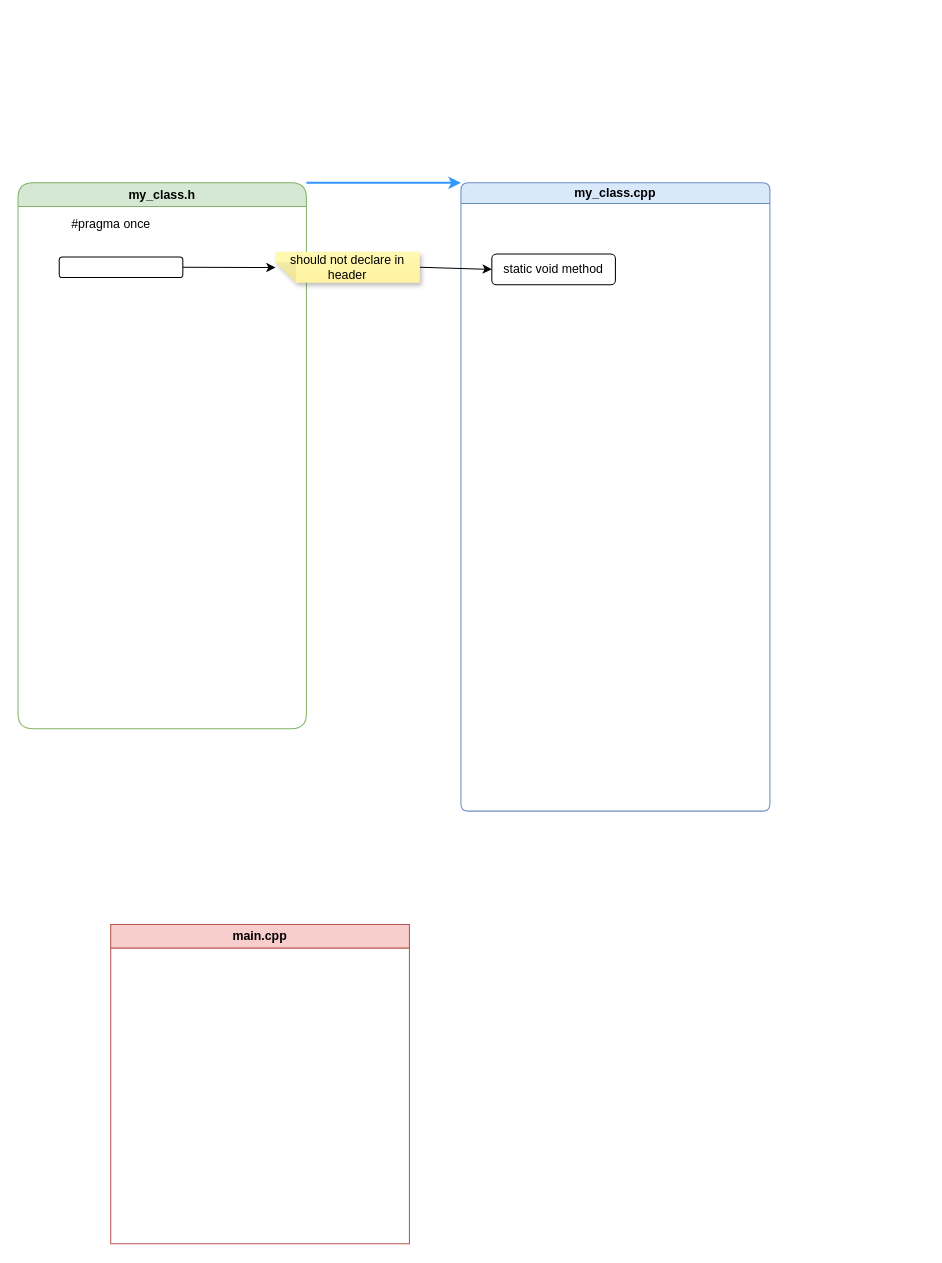
The draw.io diagram cplus.drawio in tiyun2012/Cplusplus, before the edit. Source tidied: cells renumbered, new cells numbered last; positions are measured from the earlier drawing's top-left corner, leaving out a move shared by most shapes. Both pictures are drawn from the tidied source at 103%, with x=0, y=0 at pixel (18, 182).
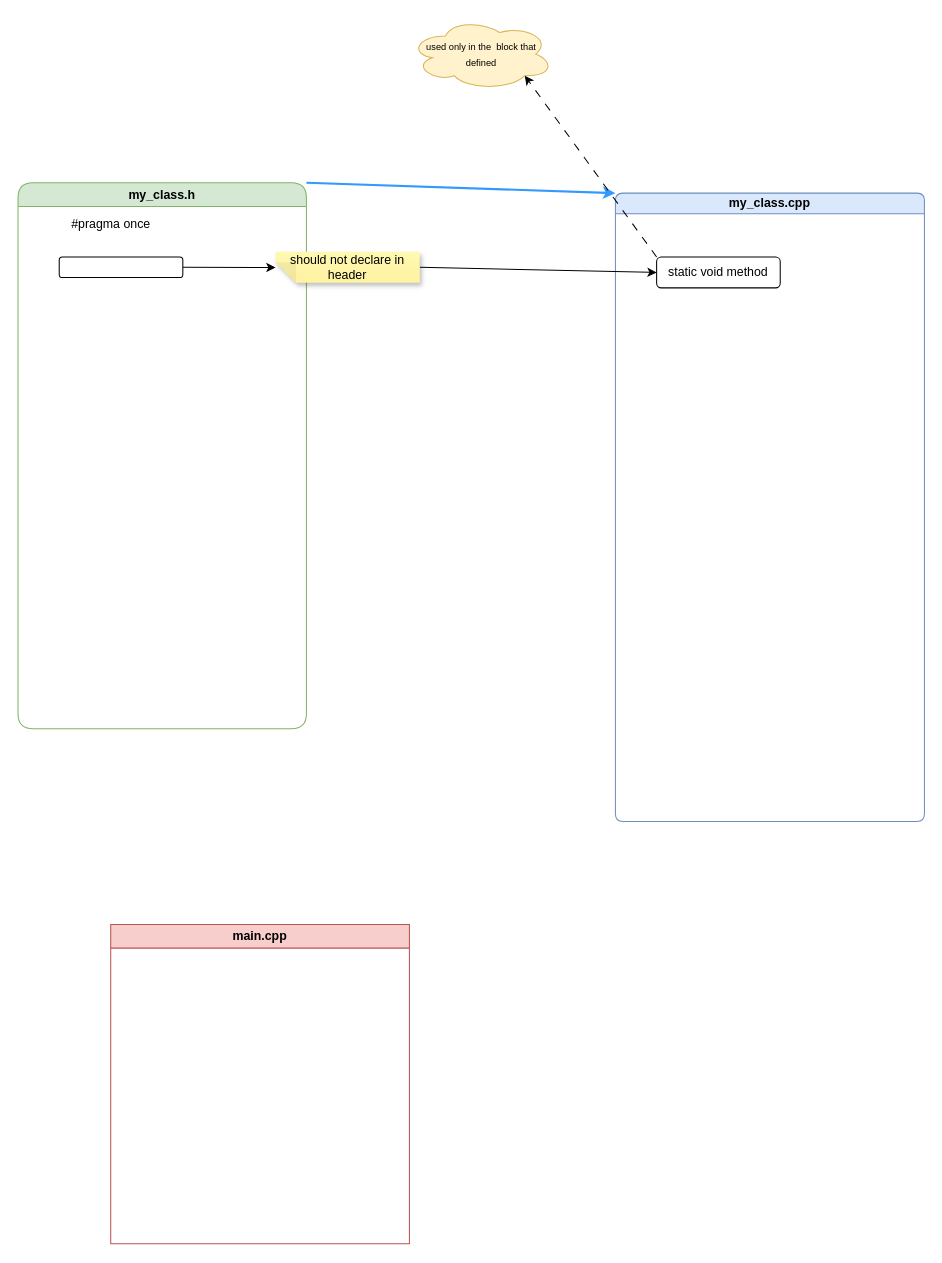
The same page after the edit.

Change to the diagram source:
```diff
@@
 <mxGraphModel>
   <root>
     <mxCell id="0" />
     <mxCell id="1" parent="0" />
     <mxCell id="2" style="rounded=0;jettySize=auto;html=1;exitX=1;exitY=0;exitDx=0;exitDy=0;entryX=0;entryY=0;entryDx=0;entryDy=0;strokeWidth=2;strokeColor=#3399FF;" parent="1" edge="1" source="3" target="4">
       <mxGeometry relative="1" as="geometry" />
     </mxCell>
     <mxCell id="3" value="my_class.h" style="swimlane;whiteSpace=wrap;html=1;rounded=1;arcSize=21;startSize=23;fillColor=#d5e8d4;strokeColor=#82b366;" parent="1" vertex="1">
       <mxGeometry width="280" height="530" as="geometry" />
     </mxCell>
     <mxCell id="4" value="my_class.cpp" style="swimlane;whiteSpace=wrap;html=1;rounded=1;arcSize=12;startSize=20;fillColor=#dae8fc;strokeColor=#6c8ebf;" parent="1" vertex="1">
-      <mxGeometry x="430" width="300" height="610" as="geometry" />
+      <mxGeometry x="580" y="10" width="300" height="610" as="geometry" />
     </mxCell>
-    <mxCell id="5" value="static void method" style="rounded=1;whiteSpace=wrap;html=1;" parent="1" vertex="1">
-      <mxGeometry x="460" y="69" width="120" height="30" as="geometry" />
+    <mxCell id="5" value="static void method" style="rounded=1;whiteSpace=wrap;html=1;" parent="4" vertex="1">
+      <mxGeometry x="40" y="62" width="120" height="30" as="geometry" />
     </mxCell>
     <mxCell id="6" style="rounded=0;jettySize=auto;html=1;exitX=1;exitY=0.5;exitDx=0;exitDy=0;entryX=1;entryY=0.495;entryDx=0;entryDy=0;entryPerimeter=0;" parent="1" edge="1" source="7" target="9">
       <mxGeometry relative="1" as="geometry" />
     </mxCell>
     <mxCell id="7" style="rounded=1;whiteSpace=wrap;html=1;" parent="1" vertex="1">
       <mxGeometry x="40" y="72" width="120" height="20" as="geometry" />
     </mxCell>
     <mxCell id="8" style="rounded=0;jettySize=auto;html=1;exitX=0;exitY=0.5;exitDx=0;exitDy=0;exitPerimeter=0;entryX=0;entryY=0.5;entryDx=0;entryDy=0;" parent="1" edge="1" source="9" target="5">
       <mxGeometry relative="1" as="geometry" />
     </mxCell>
     <mxCell id="9" value="should not declare in header" style="shape=note;whiteSpace=wrap;html=1;backgroundOutline=1;fontColor=#000000;darkOpacity=0.05;fillColor=#FFF9B2;strokeColor=none;fillStyle=solid;direction=west;gradientDirection=north;gradientColor=#FFF2A1;shadow=1;size=20;" parent="1" vertex="1">
       <mxGeometry x="250" y="67" width="140" height="30" as="geometry" />
     </mxCell>
     <mxCell id="10" value="main.cpp" style="swimlane;whiteSpace=wrap;html=1;fillColor=#f8cecc;strokeColor=#b85450;" parent="1" vertex="1">
       <mxGeometry x="90" y="720" width="290" height="310" as="geometry" />
     </mxCell>
     <mxCell id="11" value="#pragma once" style="text;html=1;align=center;verticalAlign=middle;strokeColor=none;fillColor=none;" parent="1" vertex="1">
       <mxGeometry x="40" y="25" width="100" height="30" as="geometry" />
     </mxCell>
+    <mxCell id="12" value="&lt;font style=&quot;font-size: 9px;&quot;&gt;used only in the&amp;nbsp; block that defined&lt;/font&gt;" style="ellipse;shape=cloud;whiteSpace=wrap;html=1;align=center;fillColor=#fff2cc;strokeColor=#d6b656;" parent="1" vertex="1">
+      <mxGeometry x="380" y="-160" width="140" height="70" as="geometry" />
+    </mxCell>
+    <mxCell id="13" style="rounded=0;jettySize=auto;html=1;exitX=0;exitY=0;exitDx=0;exitDy=0;dashed=1;dashPattern=8 8;entryX=0.8;entryY=0.8;entryDx=0;entryDy=0;entryPerimeter=0;" parent="1" edge="1" source="5" target="12">
+      <mxGeometry relative="1" as="geometry" />
+    </mxCell>
   </root>
 </mxGraphModel>
```
